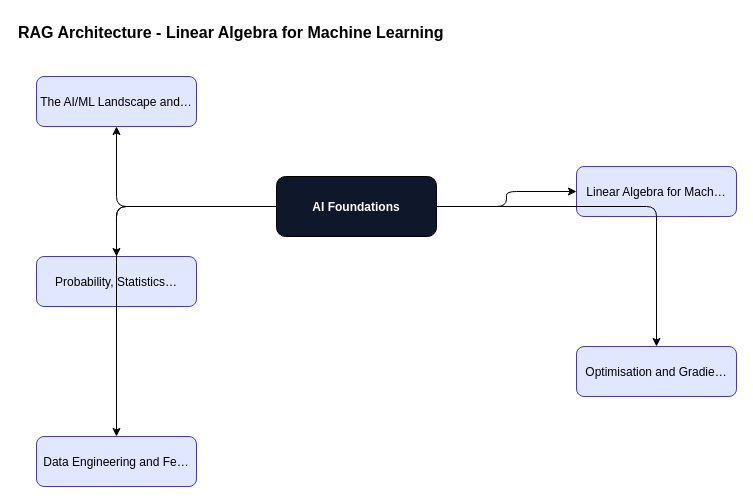
Earlier version of the draw.io diagram content/ai-foundations/ai-foundations-foundations/diagrams/fig-004-rag-architecture.drawio (ankit05121980/AI-University). Source tidied: cells renumbered, new cells numbered last; positions are measured from the earlier drawing's top-left corner, leaving out a move shared by most shapes. Both pictures are drawn from the tidied source at 100%, with x=0, y=0 at pixel (16, 16).
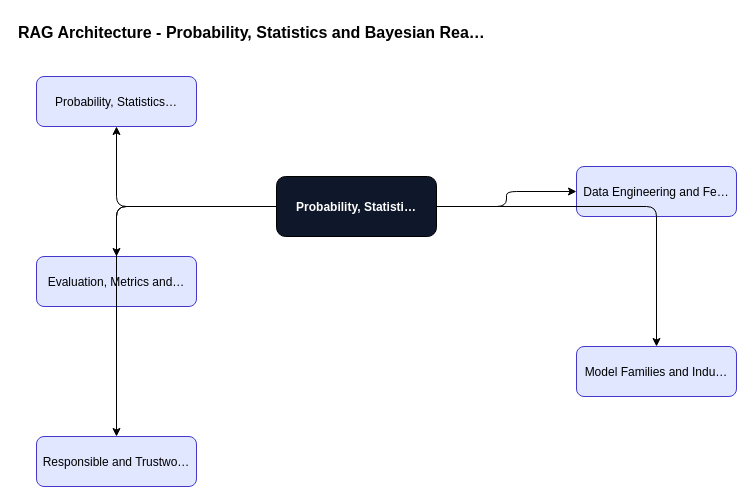
The same page after the edit.

The edit, as a diff of the source:
```diff
@@
 <mxGraphModel>
   <root>
     <mxCell id="0" />
     <mxCell id="1" parent="0" />
-    <mxCell id="2" value="RAG Architecture - Linear Algebra for Machine Learning" style="text;fontSize=16;fontStyle=1;" parent="1" vertex="1">
+    <mxCell id="2" value="RAG Architecture - Probability, Statistics and Bayesian Rea…" style="text;fontSize=16;fontStyle=1;" parent="1" vertex="1">
       <mxGeometry width="600" height="30" as="geometry" />
     </mxCell>
-    <mxCell id="3" value="AI Foundations" style="rounded=1;fillColor=#0f172a;fontColor=#ffffff;fontStyle=1;" parent="1" vertex="1">
+    <mxCell id="3" value="Probability, Statisti…" style="rounded=1;fillColor=#0f172a;fontColor=#ffffff;fontStyle=1;" parent="1" vertex="1">
       <mxGeometry x="260" y="160" width="160" height="60" as="geometry" />
     </mxCell>
-    <mxCell id="4" value="The AI/ML Landscape and…" style="rounded=1;fillColor=#e0e7ff;strokeColor=#4338ca;" parent="1" vertex="1">
+    <mxCell id="4" value="Probability, Statistics…" style="rounded=1;fillColor=#e0e7ff;strokeColor=#4338ca;" parent="1" vertex="1">
       <mxGeometry x="20" y="60" width="160" height="50" as="geometry" />
     </mxCell>
     <mxCell id="5" style="edgeStyle=orthogonalEdgeStyle;" parent="1" edge="1" source="3" target="4">
       <mxGeometry relative="1" as="geometry" />
     </mxCell>
-    <mxCell id="6" value="Linear Algebra for Mach…" style="rounded=1;fillColor=#e0e7ff;strokeColor=#4338ca;" parent="1" vertex="1">
+    <mxCell id="6" value="Data Engineering and Fe…" style="rounded=1;fillColor=#e0e7ff;strokeColor=#4338ca;" parent="1" vertex="1">
       <mxGeometry x="560" y="150" width="160" height="50" as="geometry" />
     </mxCell>
     <mxCell id="7" style="edgeStyle=orthogonalEdgeStyle;" parent="1" edge="1" source="3" target="6">
       <mxGeometry relative="1" as="geometry" />
     </mxCell>
-    <mxCell id="8" value="Probability, Statistics…" style="rounded=1;fillColor=#e0e7ff;strokeColor=#4338ca;" parent="1" vertex="1">
+    <mxCell id="8" value="Evaluation, Metrics and…" style="rounded=1;fillColor=#e0e7ff;strokeColor=#4338ca;" parent="1" vertex="1">
       <mxGeometry x="20" y="240" width="160" height="50" as="geometry" />
     </mxCell>
     <mxCell id="9" style="edgeStyle=orthogonalEdgeStyle;" parent="1" edge="1" source="3" target="8">
       <mxGeometry relative="1" as="geometry" />
     </mxCell>
-    <mxCell id="10" value="Optimisation and Gradie…" style="rounded=1;fillColor=#e0e7ff;strokeColor=#4338ca;" parent="1" vertex="1">
+    <mxCell id="10" value="Model Families and Indu…" style="rounded=1;fillColor=#e0e7ff;strokeColor=#4338ca;" parent="1" vertex="1">
       <mxGeometry x="560" y="330" width="160" height="50" as="geometry" />
     </mxCell>
     <mxCell id="11" style="edgeStyle=orthogonalEdgeStyle;" parent="1" edge="1" source="3" target="10">
       <mxGeometry relative="1" as="geometry" />
     </mxCell>
-    <mxCell id="12" value="Data Engineering and Fe…" style="rounded=1;fillColor=#e0e7ff;strokeColor=#4338ca;" parent="1" vertex="1">
+    <mxCell id="12" value="Responsible and Trustwo…" style="rounded=1;fillColor=#e0e7ff;strokeColor=#4338ca;" parent="1" vertex="1">
       <mxGeometry x="20" y="420" width="160" height="50" as="geometry" />
     </mxCell>
     <mxCell id="13" style="edgeStyle=orthogonalEdgeStyle;" parent="1" edge="1" source="3" target="12">
       <mxGeometry relative="1" as="geometry" />
     </mxCell>
   </root>
 </mxGraphModel>
```
